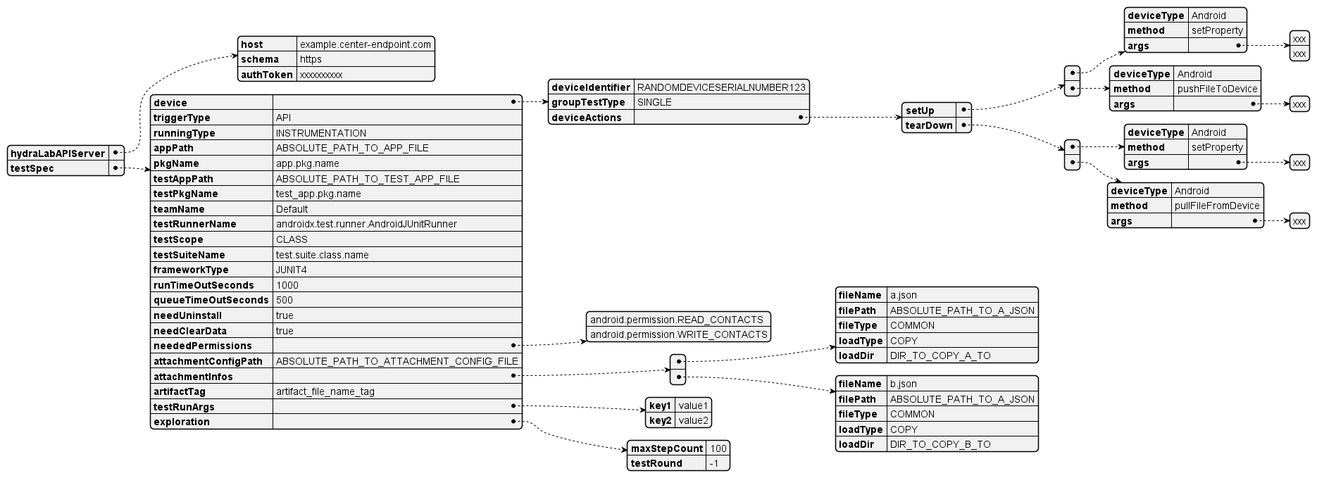
The PlantUML diagram docs/images/UML/gradle_plugin_yaml_config_design.png in microsoft/HydraLab, before a commit.
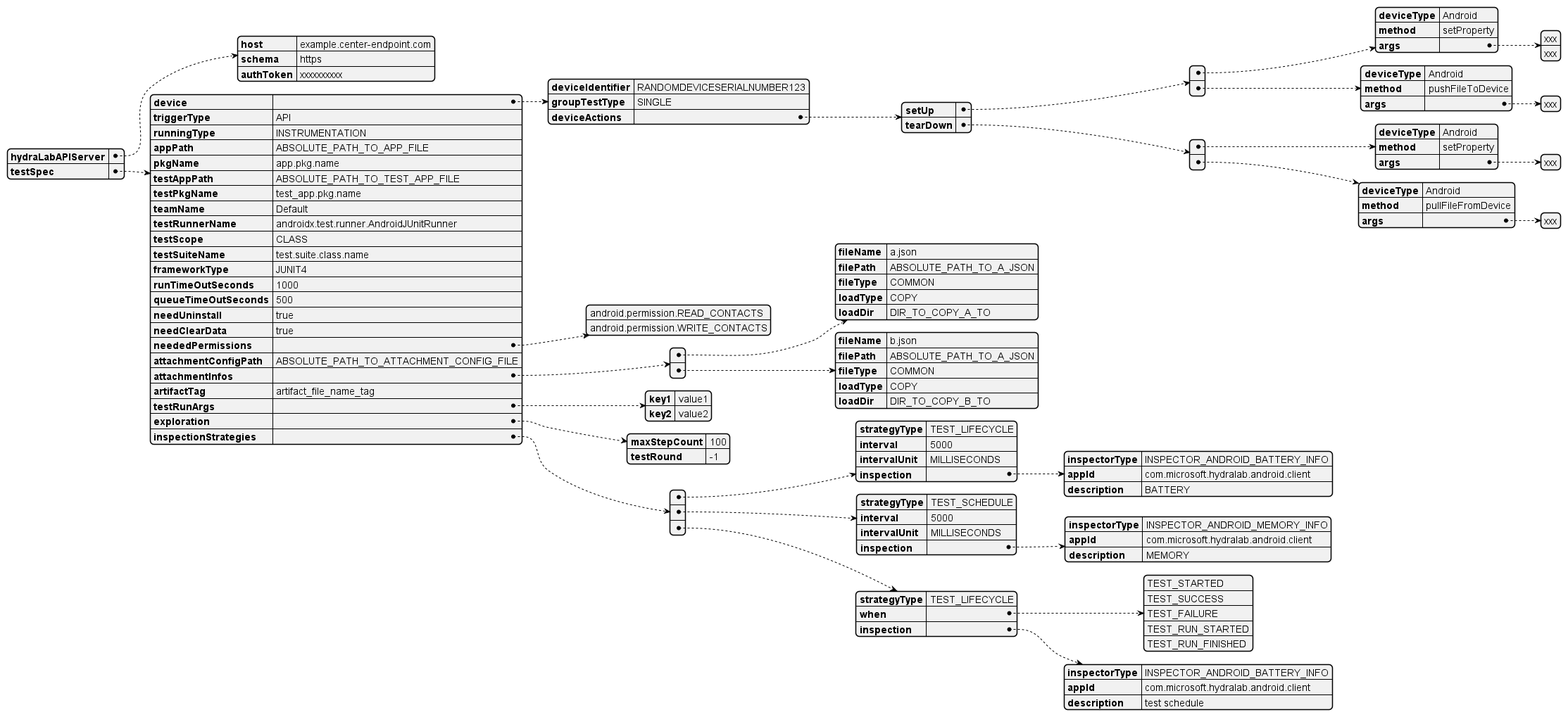
The same file after the commit.

Commit message:
- Enable inspectionStrategies in test config; - Support performance test; - Upgrade version to 1.1.2; - Update PUML for yml config and template files;

What changed in the source:
```diff
@@ -64,5 +64,31 @@
     exploration:
         maxStepCount: 100
         testRound: -1
+    inspectionStrategies:
+    - strategyType: TEST_LIFECYCLE
+      interval: 5000
+      intervalUnit: MILLISECONDS
+      inspection:
+        inspectorType: INSPECTOR_ANDROID_BATTERY_INFO
+        appId: com.microsoft.hydralab.android.client
+        description: BATTERY
+    - strategyType: TEST_SCHEDULE
+      interval: 5000
+      intervalUnit: MILLISECONDS
+      inspection:
+        inspectorType: INSPECTOR_ANDROID_MEMORY_INFO
+        appId: com.microsoft.hydralab.android.client
+        description: MEMORY
+    - strategyType: TEST_LIFECYCLE
+      when:
+        - TEST_STARTED
+        - TEST_SUCCESS
+        - TEST_FAILURE
+        - TEST_RUN_STARTED
+        - TEST_RUN_FINISHED
+      inspection:
+        inspectorType: INSPECTOR_ANDROID_BATTERY_INFO
+        appId: com.microsoft.hydralab.android.client
+        description: test schedule
 
 @endyaml
```
